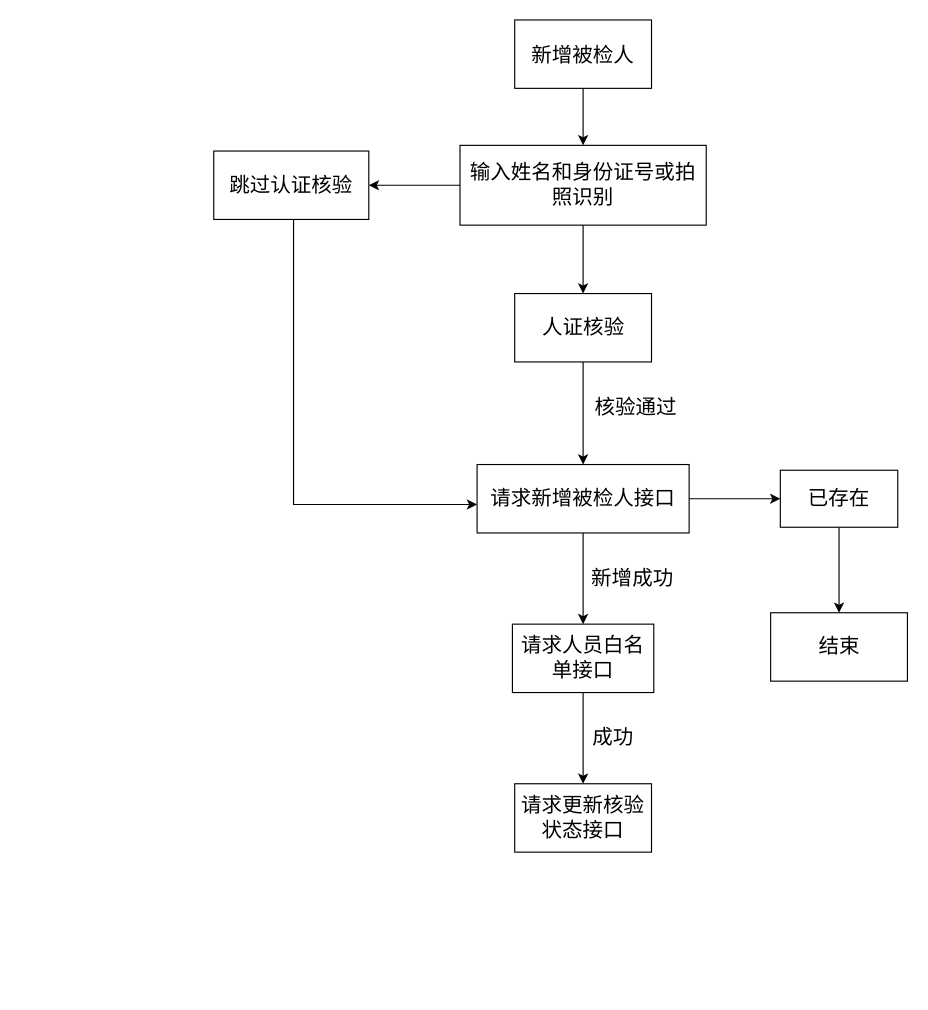
Above: page "第 1 页" (1 of 2) of 广纳达康吸毒检测管理APP软件结构图.drawio in lliecho/test (draw.io), before the change. Source tidied: cells renumbered, new cells numbered last; positions are measured from the earlier drawing's top-left corner, leaving out a move shared by most shapes. Both pictures are drawn from the tidied source at 114%, with x=0, y=0 at pixel (213, 19).
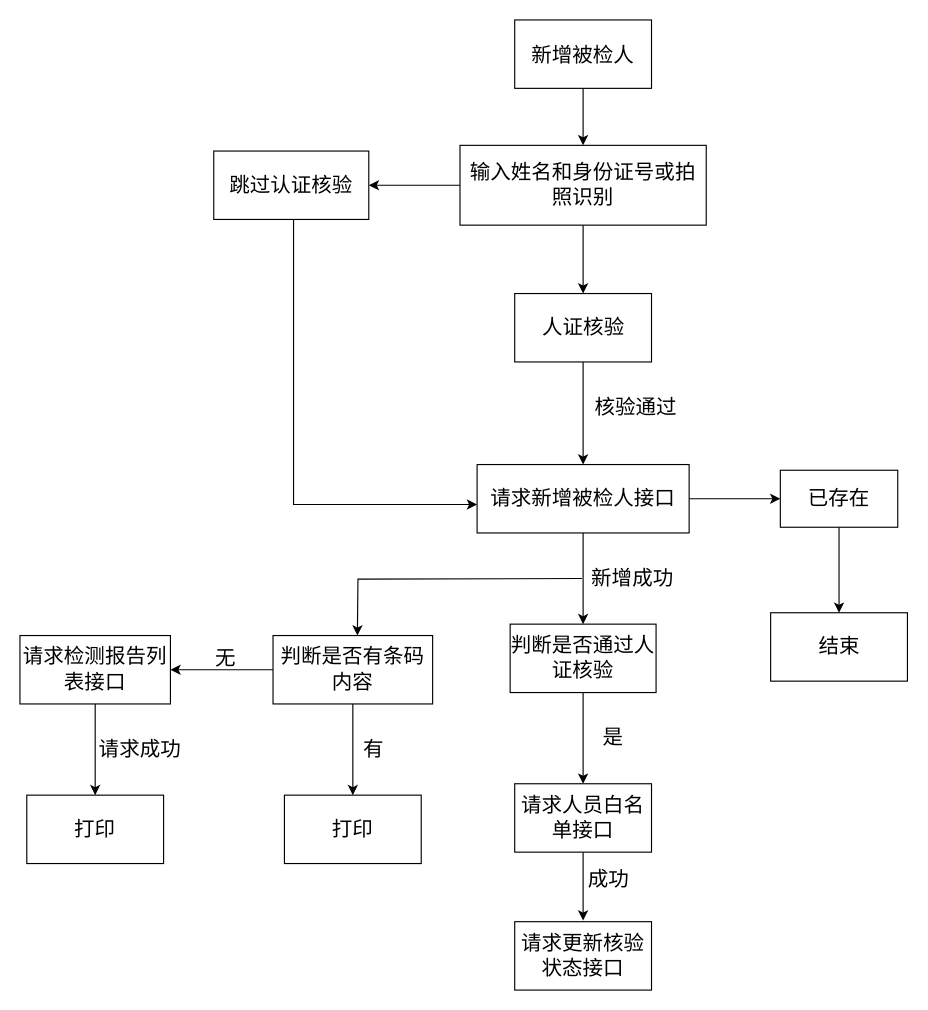
The same diagram, later.

Commit message (it also covers changes not shown here):
更新广纳达康吸毒检测管理APP软件结构图.drawio

Change to the diagram source:
```diff
@@
-    <mxCell id="19" value="请求人员白名单接口" style="whiteSpace=wrap;html=1;fontSize=18;rounded=0;" parent="1" vertex="1">
-      <mxGeometry x="262" y="530" width="124" height="60" as="geometry" />
+    <mxCell id="19" value="判断是否通过人证核验" style="whiteSpace=wrap;html=1;fontSize=18;rounded=0;" parent="1" vertex="1">
+      <mxGeometry x="260" y="530" width="128" height="60" as="geometry" />
     </mxCell>
+    <mxCell id="24" style="edgeStyle=orthogonalEdgeStyle;rounded=0;orthogonalLoop=1;jettySize=auto;html=1;fontSize=18;" parent="1" edge="1">
+      <mxGeometry relative="1" as="geometry">
+        <mxPoint x="323" y="490" as="sourcePoint" />
+        <mxPoint x="126" y="540" as="targetPoint" />
+      </mxGeometry>
+    </mxCell>
@@
+    <mxCell id="25" style="edgeStyle=orthogonalEdgeStyle;rounded=0;jettySize=auto;html=1;fontSize=18;" parent="1" edge="1" source="21">
+      <mxGeometry relative="1" as="geometry">
+        <mxPoint x="324" y="790" as="targetPoint" />
+      </mxGeometry>
+    </mxCell>
-    <mxCell id="21" value="请求更新核验状态接口" style="whiteSpace=wrap;html=1;fontSize=18;rounded=0;" parent="1" vertex="1">
+    <mxCell id="21" value="请求人员白名单接口" style="whiteSpace=wrap;html=1;fontSize=18;rounded=0;" parent="1" vertex="1">
       <mxGeometry x="264" y="670" width="120" height="60" as="geometry" />
     </mxCell>
-    <mxCell id="22" value="成功" style="text;html=1;align=center;verticalAlign=middle;strokeColor=none;fillColor=none;fontSize=18;" parent="1" vertex="1">
-      <mxGeometry x="320" y="610" width="60" height="40" as="geometry" />
+    <mxCell id="22" value="是" style="text;html=1;align=center;verticalAlign=middle;strokeColor=none;fillColor=none;fontSize=18;" parent="1" vertex="1">
+      <mxGeometry x="330" y="610" width="40" height="40" as="geometry" />
     </mxCell>
@@
+    <mxCell id="26" style="edgeStyle=orthogonalEdgeStyle;rounded=0;jettySize=auto;html=1;fontSize=18;" parent="1" edge="1" source="28" target="29">
+      <mxGeometry relative="1" as="geometry" />
+    </mxCell>
+    <mxCell id="27" style="edgeStyle=orthogonalEdgeStyle;rounded=0;jettySize=auto;html=1;fontSize=18;" parent="1" edge="1" source="28" target="32">
+      <mxGeometry relative="1" as="geometry" />
+    </mxCell>
+    <mxCell id="28" value="判断是否有条码内容" style="whiteSpace=wrap;html=1;fontSize=18;" parent="1" vertex="1">
+      <mxGeometry x="52" y="540" width="140" height="60" as="geometry" />
+    </mxCell>
+    <mxCell id="29" value="打印" style="whiteSpace=wrap;html=1;fontSize=18;" parent="1" vertex="1">
+      <mxGeometry x="62" y="680" width="120" height="60" as="geometry" />
+    </mxCell>
+    <mxCell id="30" value="有" style="text;html=1;align=center;verticalAlign=middle;strokeColor=none;fillColor=none;fontSize=18;" parent="1" vertex="1">
+      <mxGeometry x="120" y="620" width="40" height="40" as="geometry" />
+    </mxCell>
+    <mxCell id="31" style="edgeStyle=orthogonalEdgeStyle;rounded=0;jettySize=auto;html=1;fontSize=18;" parent="1" edge="1" source="32" target="34">
+      <mxGeometry relative="1" as="geometry" />
+    </mxCell>
+    <mxCell id="32" value="请求检测报告列表接口" style="whiteSpace=wrap;html=1;fontSize=18;" parent="1" vertex="1">
+      <mxGeometry x="-170" y="540" width="132" height="60" as="geometry" />
+    </mxCell>
+    <mxCell id="33" value="无" style="text;html=1;align=center;verticalAlign=middle;strokeColor=none;fillColor=none;fontSize=18;" parent="1" vertex="1">
+      <mxGeometry x="-10" y="540" width="40" height="40" as="geometry" />
+    </mxCell>
+    <mxCell id="34" value="打印" style="whiteSpace=wrap;html=1;fontSize=18;" parent="1" vertex="1">
+      <mxGeometry x="-164" y="680" width="120" height="60" as="geometry" />
+    </mxCell>
+    <mxCell id="35" value="请求成功" style="text;html=1;align=center;verticalAlign=middle;strokeColor=none;fillColor=none;fontSize=18;" parent="1" vertex="1">
+      <mxGeometry x="-115" y="620" width="100" height="40" as="geometry" />
+    </mxCell>
+    <mxCell id="36" value="请求更新核验状态接口" style="whiteSpace=wrap;html=1;fontSize=18;rounded=0;" parent="1" vertex="1">
+      <mxGeometry x="264" y="791" width="120" height="60" as="geometry" />
+    </mxCell>
+    <mxCell id="37" value="成功" style="text;html=1;align=center;verticalAlign=middle;strokeColor=none;fillColor=none;fontSize=18;" parent="1" vertex="1">
+      <mxGeometry x="316" y="734" width="60" height="40" as="geometry" />
+    </mxCell>
```
